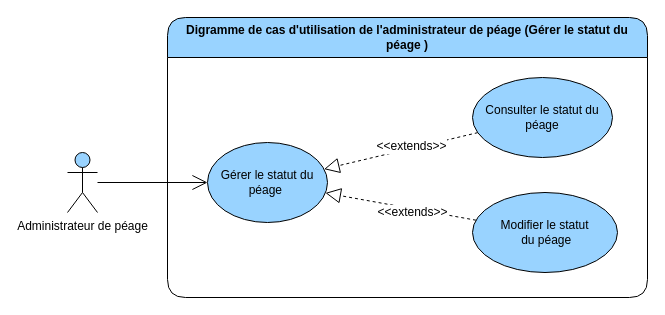
devlotfi/peage-pay keeps this draw.io diagram as page "gerer le statut du peage" (3 of 4) of diagrams/use-case/administrateur-de-peage.drawio. Above is the earlier version. Source tidied: cells renumbered, new cells numbered last; positions are measured from the earlier drawing's top-left corner, leaving out a move shared by most shapes. Both pictures are drawn from the tidied source at 100%, with x=0, y=0 at pixel (67, 17).
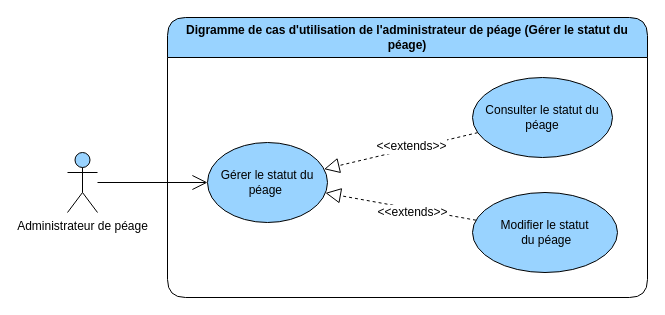
The same diagram, later.

What changed in the source:
```diff
@@
 <mxGraphModel>
   <root>
     <mxCell id="0" />
     <mxCell id="1" parent="0" />
-    <mxCell id="2" value="Digramme de cas d'utilisation de l'administrateur de péage (Gérer le statut du péage&amp;nbsp;)" style="swimlane;whiteSpace=wrap;html=1;rounded=1;fillColor=#99D3FF;startSize=40;" parent="1" vertex="1">
+    <mxCell id="2" value="Digramme de cas d'utilisation de l'administrateur de péage (Gérer le statut du péage)" style="swimlane;whiteSpace=wrap;html=1;rounded=1;fillColor=#99D3FF;startSize=40;" parent="1" vertex="1">
       <mxGeometry x="100" width="480" height="280" as="geometry" />
     </mxCell>
     <mxCell id="3" value="Gérer le statut du péage&amp;nbsp;" style="ellipse;whiteSpace=wrap;html=1;strokeColor=default;align=center;verticalAlign=middle;fontFamily=Helvetica;fontSize=12;fontColor=default;fillColor=#99D3FF;" parent="2" vertex="1">
       <mxGeometry x="40" y="125" width="120" height="80" as="geometry" />
     </mxCell>
     <mxCell id="4" style="edgeStyle=none;rounded=0;jettySize=auto;html=1;dashed=1;strokeColor=default;align=center;verticalAlign=middle;fontFamily=Helvetica;fontSize=12;fontColor=default;labelBackgroundColor=default;startSize=6;endArrow=block;endFill=0;endSize=13;" parent="2" edge="1" source="6" target="3">
       <mxGeometry relative="1" as="geometry" />
     </mxCell>
     <mxCell id="5" value="&amp;lt;&amp;lt;extends&amp;gt;&amp;gt;" style="edgeLabel;html=1;align=center;verticalAlign=middle;strokeColor=default;fontFamily=Helvetica;fontSize=12;fontColor=default;labelBackgroundColor=default;fillColor=#99D3FF;" parent="4" vertex="1">
       <mxGeometry x="-0.16" y="3" relative="1" as="geometry" />
     </mxCell>
     <mxCell id="6" value="Modifier le statut&lt;br&gt;&amp;nbsp;du péage" style="ellipse;whiteSpace=wrap;html=1;strokeColor=default;align=center;verticalAlign=middle;fontFamily=Helvetica;fontSize=12;fontColor=default;fillColor=#99D3FF;" parent="2" vertex="1">
       <mxGeometry x="305" y="175" width="145" height="80" as="geometry" />
     </mxCell>
     <mxCell id="7" style="edgeStyle=none;rounded=0;jettySize=auto;html=1;dashed=1;strokeColor=default;align=center;verticalAlign=middle;fontFamily=Helvetica;fontSize=12;fontColor=default;labelBackgroundColor=default;startSize=6;endArrow=block;endFill=0;endSize=13;" parent="2" edge="1" source="9" target="3">
       <mxGeometry relative="1" as="geometry" />
     </mxCell>
     <mxCell id="8" value="&amp;lt;&amp;lt;extends&amp;gt;&amp;gt;" style="edgeLabel;html=1;align=center;verticalAlign=middle;strokeColor=default;fontFamily=Helvetica;fontSize=12;fontColor=default;labelBackgroundColor=default;fillColor=#99D3FF;" parent="7" vertex="1">
       <mxGeometry x="-0.12" y="-3" relative="1" as="geometry">
         <mxPoint x="1" as="offset" />
       </mxGeometry>
     </mxCell>
     <mxCell id="9" value="Consulter le statut du péage" style="ellipse;whiteSpace=wrap;html=1;strokeColor=default;align=center;verticalAlign=middle;fontFamily=Helvetica;fontSize=12;fontColor=default;fillColor=#99D3FF;" parent="2" vertex="1">
       <mxGeometry x="305" y="60" width="140" height="80" as="geometry" />
     </mxCell>
     <mxCell id="10" style="rounded=0;jettySize=auto;html=1;fontFamily=Helvetica;fontSize=12;fontColor=default;endArrow=open;endFill=0;startSize=6;endSize=13;" parent="1" edge="1" source="11" target="3">
       <mxGeometry relative="1" as="geometry" />
     </mxCell>
     <mxCell id="11" value="Administrateur&amp;nbsp;de péage" style="shape=umlActor;verticalLabelPosition=bottom;verticalAlign=top;html=1;outlineConnect=0;strokeColor=default;align=center;fontFamily=Helvetica;fontSize=12;fontColor=default;fillColor=#99D3FF;" parent="1" vertex="1">
       <mxGeometry y="135" width="30" height="60" as="geometry" />
     </mxCell>
   </root>
 </mxGraphModel>
```
